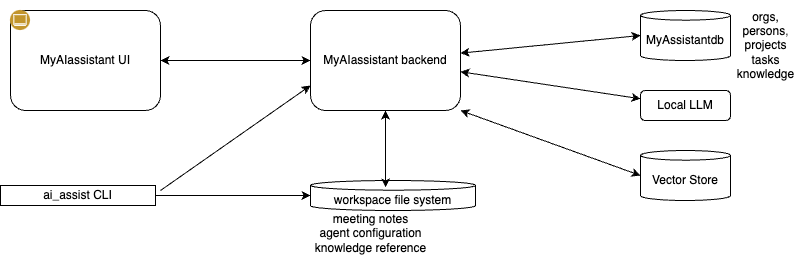
This is docs/user_guide/images/architecture.drawio.png from jbcodeforce/MyAIAssistant, a draw.io export, as it was before one commit. Source tidied: cells renumbered, new cells last; positions are measured from the earlier drawing's top-left corner, leaving out a move shared by most shapes.
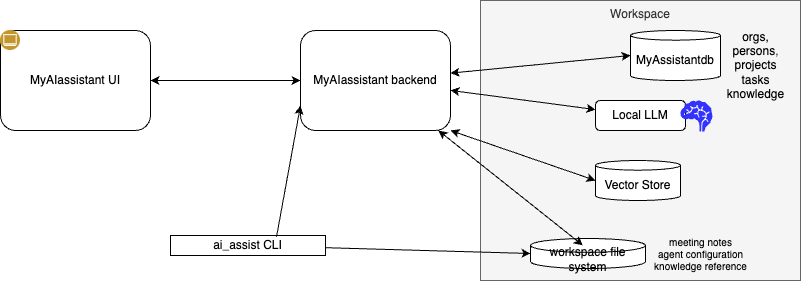
Later version of the same file.

Change to the diagram source:
```diff
@@ -2,6 +2,9 @@
   <root>
     <mxCell id="0" />
     <mxCell id="1" parent="0" />
+    <mxCell id="19" value="Workspace" style="rounded=0;whiteSpace=wrap;html=1;verticalAlign=top;fillColor=#f5f5f5;fontColor=#333333;strokeColor=#666666;" parent="1" vertex="1">
+      <mxGeometry x="490" y="-20" width="320" height="280" as="geometry" />
+    </mxCell>
     <mxCell id="2" style="edgeStyle=none;html=1;startArrow=classic;startFill=1;" parent="1" edge="1" source="3" target="6">
       <mxGeometry relative="1" as="geometry" />
     </mxCell>
@@ -24,19 +27,19 @@
       <mxGeometry relative="1" as="geometry" />
     </mxCell>
     <mxCell id="9" value="Local LLM" style="rounded=1;whiteSpace=wrap;html=1;" parent="1" vertex="1">
-      <mxGeometry x="640" y="90" width="90" height="30" as="geometry" />
+      <mxGeometry x="605" y="80" width="90" height="30" as="geometry" />
     </mxCell>
     <mxCell id="10" value="Vector Store" style="shape=cylinder3;whiteSpace=wrap;html=1;boundedLbl=1;backgroundOutline=1;size=4.8359222412109375;" parent="1" vertex="1">
-      <mxGeometry x="640" y="150" width="90" height="50" as="geometry" />
+      <mxGeometry x="605" y="140" width="85" height="40" as="geometry" />
     </mxCell>
     <mxCell id="11" style="edgeStyle=none;html=1;startArrow=classic;startFill=1;entryX=0;entryY=0.5;entryDx=0;entryDy=0;entryPerimeter=0;exitX=1;exitY=1;exitDx=0;exitDy=0;" parent="1" edge="1" source="6" target="10">
       <mxGeometry relative="1" as="geometry" />
     </mxCell>
     <mxCell id="12" value="ai_assist CLI" style="rounded=0;whiteSpace=wrap;html=1;" parent="1" vertex="1">
-      <mxGeometry y="185" width="155" height="20" as="geometry" />
+      <mxGeometry x="180" y="215" width="155" height="20" as="geometry" />
     </mxCell>
-    <mxCell id="13" value="workspace file system" style="shape=cylinder3;whiteSpace=wrap;html=1;boundedLbl=1;backgroundOutline=1;size=4.8359222412109375;" parent="1" vertex="1">
-      <mxGeometry x="310" y="180" width="165" height="30" as="geometry" />
+    <mxCell id="13" value="workspace file system" style="shape=cylinder3;whiteSpace=wrap;html=1;boundedLbl=1;backgroundOutline=1;size=6.9192657470703125;" parent="1" vertex="1">
+      <mxGeometry x="540" y="218" width="115" height="30" as="geometry" />
     </mxCell>
     <mxCell id="14" style="edgeStyle=none;html=1;entryX=0.455;entryY=0.228;entryDx=0;entryDy=0;entryPerimeter=0;startArrow=classic;startFill=1;" parent="1" edge="1" source="6" target="13">
       <mxGeometry relative="1" as="geometry" />
@@ -44,16 +47,17 @@
     <mxCell id="15" style="edgeStyle=none;html=1;entryX=0;entryY=0.5;entryDx=0;entryDy=0;entryPerimeter=0;" parent="1" edge="1" source="12" target="13">
       <mxGeometry relative="1" as="geometry" />
     </mxCell>
-    <mxCell id="16" style="edgeStyle=none;html=1;entryX=0;entryY=0.75;entryDx=0;entryDy=0;" parent="1" edge="1" target="6">
-      <mxGeometry relative="1" as="geometry">
-        <mxPoint x="160" y="190" as="sourcePoint" />
-      </mxGeometry>
+    <mxCell id="16" style="edgeStyle=none;html=1;entryX=0;entryY=0.75;entryDx=0;entryDy=0;exitX=0.684;exitY=0.067;exitDx=0;exitDy=0;exitPerimeter=0;" parent="1" edge="1" source="12" target="6">
+      <mxGeometry relative="1" as="geometry" />
     </mxCell>
-    <mxCell id="17" value="meeting notes&lt;div&gt;agent configuration&lt;/div&gt;&lt;div&gt;knowledge reference&lt;/div&gt;" style="text;html=1;align=center;verticalAlign=middle;strokeColor=none;fillColor=none;" parent="1" vertex="1">
-      <mxGeometry x="305" y="203" width="130" height="60" as="geometry" />
+    <mxCell id="17" value="meeting notes&lt;div&gt;agent configuration&lt;/div&gt;&lt;div&gt;knowledge reference&lt;/div&gt;" style="text;html=1;align=center;verticalAlign=middle;strokeColor=none;fillColor=none;fontSize=10;" parent="1" vertex="1">
+      <mxGeometry x="650" y="208" width="120" height="50" as="geometry" />
     </mxCell>
     <mxCell id="18" value="orgs,&lt;div&gt;persons&lt;span style=&quot;color: rgb(63, 63, 63); background-color: transparent;&quot;&gt;,&lt;/span&gt;&lt;div&gt;&lt;div&gt;projects&lt;div&gt;tasks&lt;/div&gt;&lt;/div&gt;&lt;/div&gt;&lt;/div&gt;&lt;div&gt;knowledge&lt;/div&gt;" style="text;html=1;align=center;verticalAlign=middle;strokeColor=none;fillColor=none;" parent="1" vertex="1">
       <mxGeometry x="725" width="80" height="90" as="geometry" />
     </mxCell>
+    <mxCell id="20" style="shape=mxgraph.signs.healthcare.brain;html=1;fillColor=#3333FF;strokeColor=none;verticalLabelPosition=middle;verticalAlign=middle;align=left;labelPosition=right;" parent="1" vertex="1">
+      <mxGeometry x="690" y="80" width="32" height="31" as="geometry" />
+    </mxCell>
   </root>
 </mxGraphModel>
```
